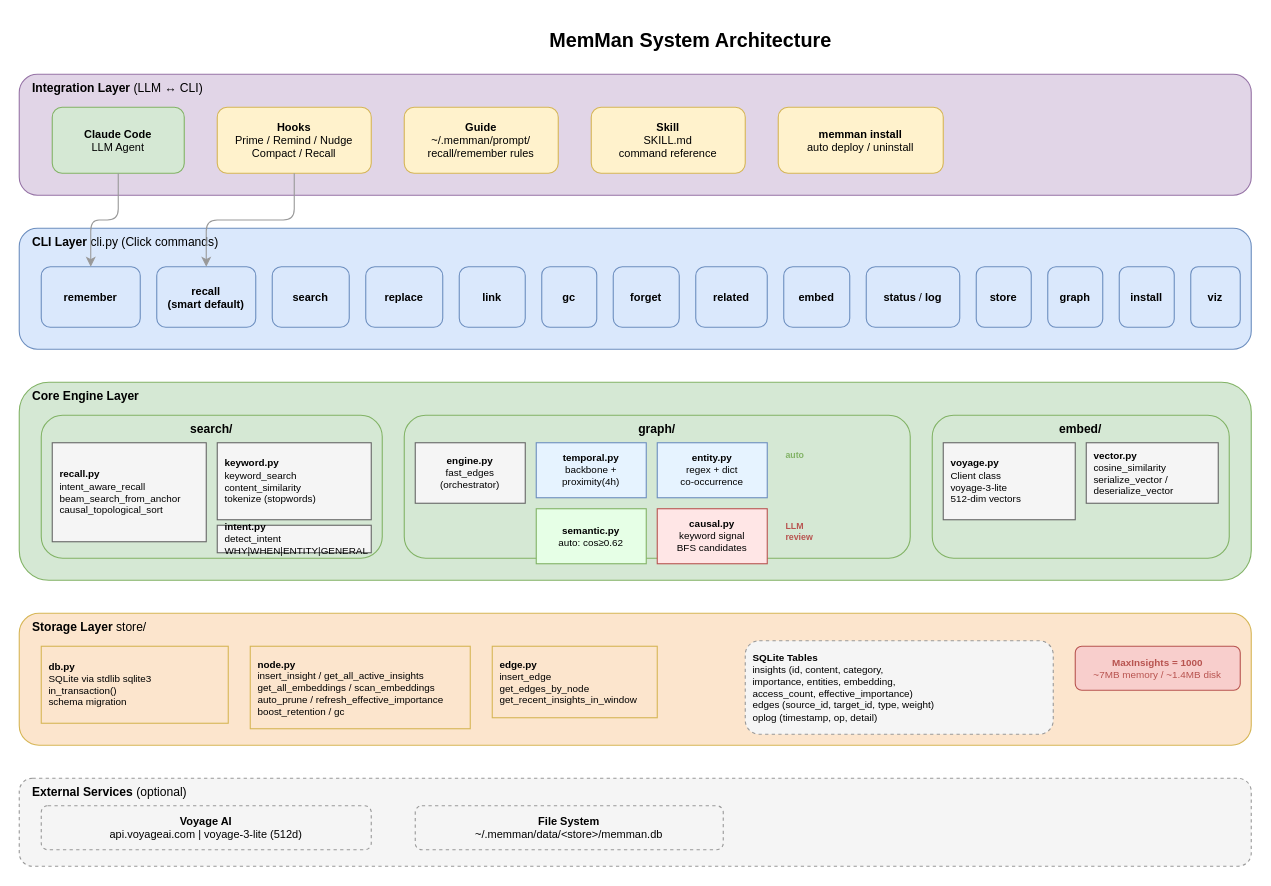
bissli/memman keeps this draw.io diagram as docs/diagrams/01-system-architecture.drawio. Above is the earlier version. Source tidied: cells renumbered, new cells numbered last; positions are measured from the earlier drawing's top-left corner, leaving out a move shared by most shapes. Both pictures are drawn from the tidied source at 110%, with x=0, y=0 at pixel (19, 19).
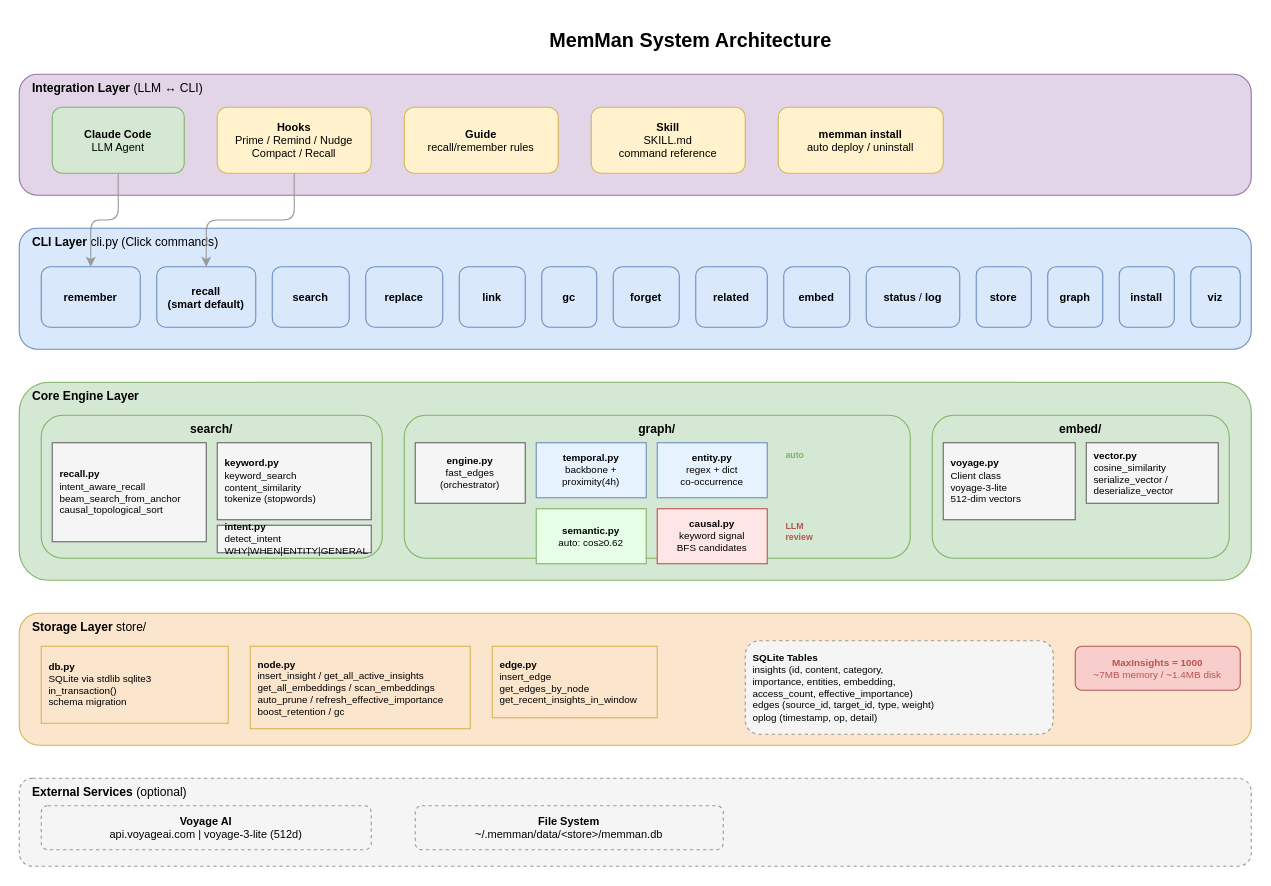
The same diagram, later.

The edit, as a diff of the source:
```diff
@@
-    <mxCell id="6" value="&lt;b&gt;Guide&lt;/b&gt;&lt;br&gt;~/.memman/prompt/&lt;br&gt;recall/remember rules" style="rounded=1;whiteSpace=wrap;html=1;fillColor=#fff2cc;strokeColor=#d6b656;fontSize=10;" parent="1" vertex="1">
+    <mxCell id="6" value="&lt;b&gt;Guide&lt;/b&gt;&lt;br&gt;recall/remember rules" style="rounded=1;whiteSpace=wrap;html=1;fillColor=#fff2cc;strokeColor=#d6b656;fontSize=10;" parent="1" vertex="1">
       <mxGeometry x="350" y="80" width="140" height="60" as="geometry" />
     </mxCell>
```
